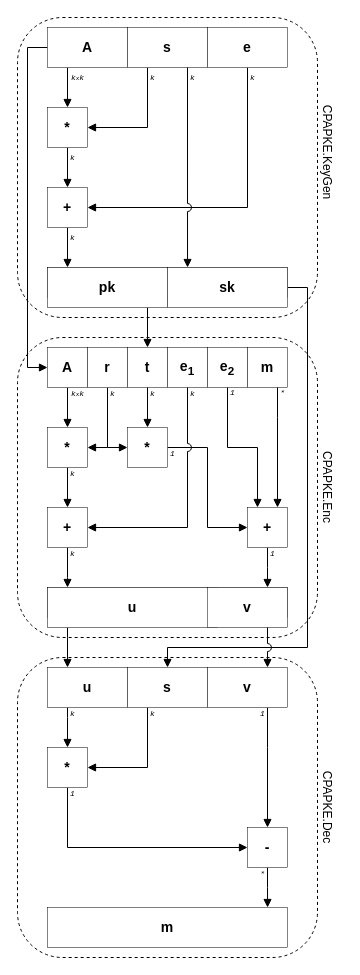
The draw.io diagram pictures/kyber_all.drawio in SamoKopecky/diploma-thesis-latex, before the edit. Source tidied: cells renumbered, new cells numbered last; positions are measured from the earlier drawing's top-left corner, leaving out a move shared by most shapes. Both pictures are drawn from the tidied source at 100%, with x=0, y=0 at pixel (17, 17).
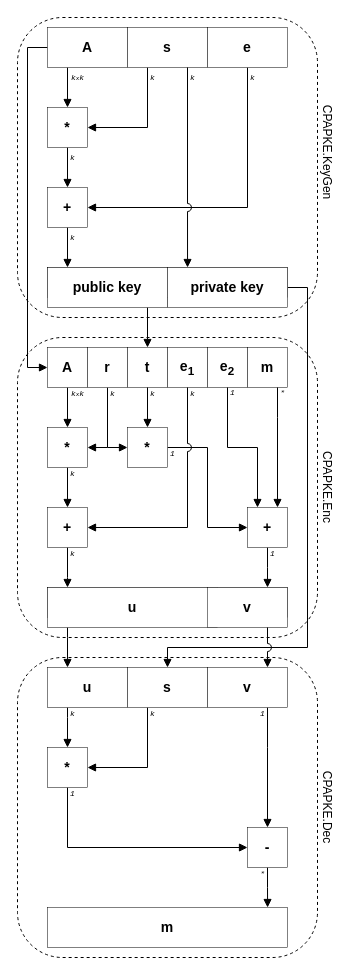
After the change.

Diff of the diagram source:
```diff
@@
-    <mxCell id="8" value="&lt;b&gt;pk&lt;/b&gt;" style="rounded=0;whiteSpace=wrap;html=1;strokeWidth=0.5;fontFamily=Helvetica;fontSize=14;fillColor=default;" parent="1" vertex="1">
+    <mxCell id="8" value="&lt;b&gt;public key&lt;/b&gt;" style="rounded=0;whiteSpace=wrap;html=1;strokeWidth=0.5;fontFamily=Helvetica;fontSize=14;fillColor=default;" parent="1" vertex="1">
       <mxGeometry x="30" y="250" width="120" height="40" as="geometry" />
     </mxCell>
-    <mxCell id="9" value="&lt;b&gt;sk&lt;/b&gt;" style="rounded=0;whiteSpace=wrap;html=1;strokeWidth=0.5;fontFamily=Helvetica;fontSize=14;fillColor=default;" parent="1" vertex="1">
+    <mxCell id="9" value="&lt;b&gt;private key&lt;br&gt;&lt;/b&gt;" style="rounded=0;whiteSpace=wrap;html=1;strokeWidth=0.5;fontFamily=Helvetica;fontSize=14;fillColor=default;" parent="1" vertex="1">
       <mxGeometry x="150" y="250" width="120" height="40" as="geometry" />
     </mxCell>
```
